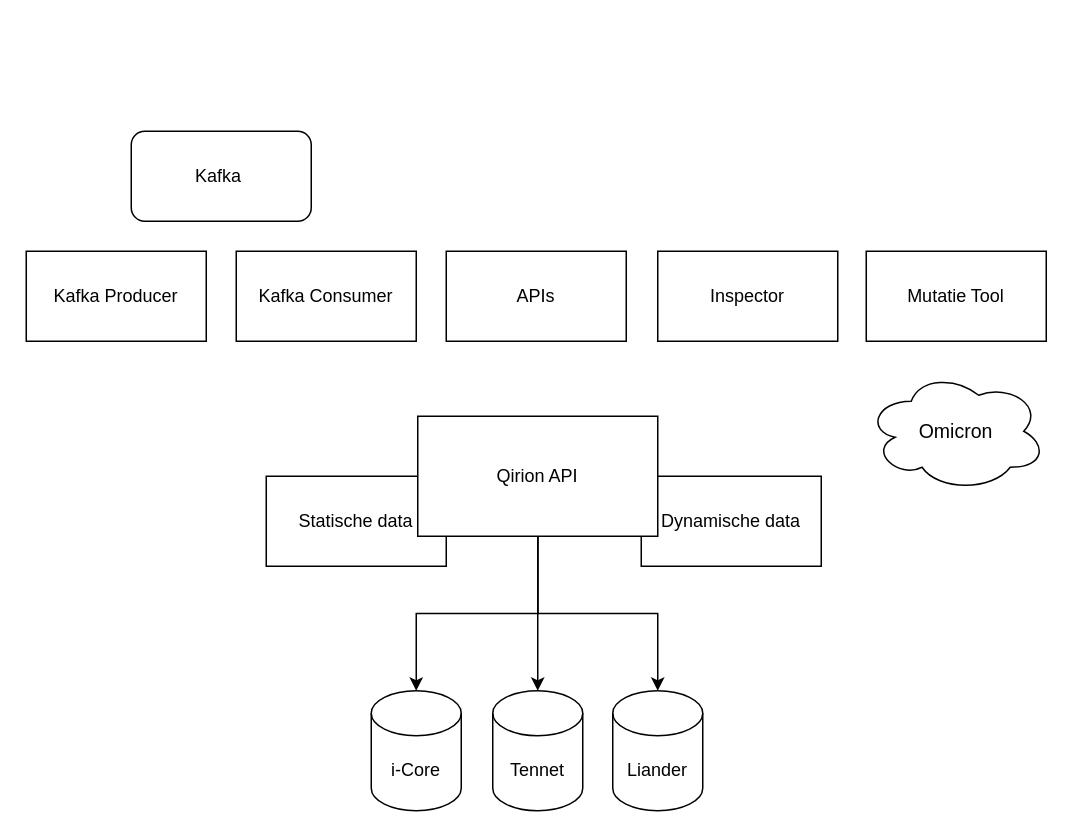
Before: page "Plan API" (3 of 7) of staticWeb/Untitled Diagram.drawio in eleemans/react2022, a draw.io diagram. Source tidied: cells renumbered, new cells numbered last; positions are measured from the earlier drawing's top-left corner, leaving out a move shared by most shapes. Both pictures are drawn from the tidied source at 150%, with x=0, y=0 at pixel (26, 130).
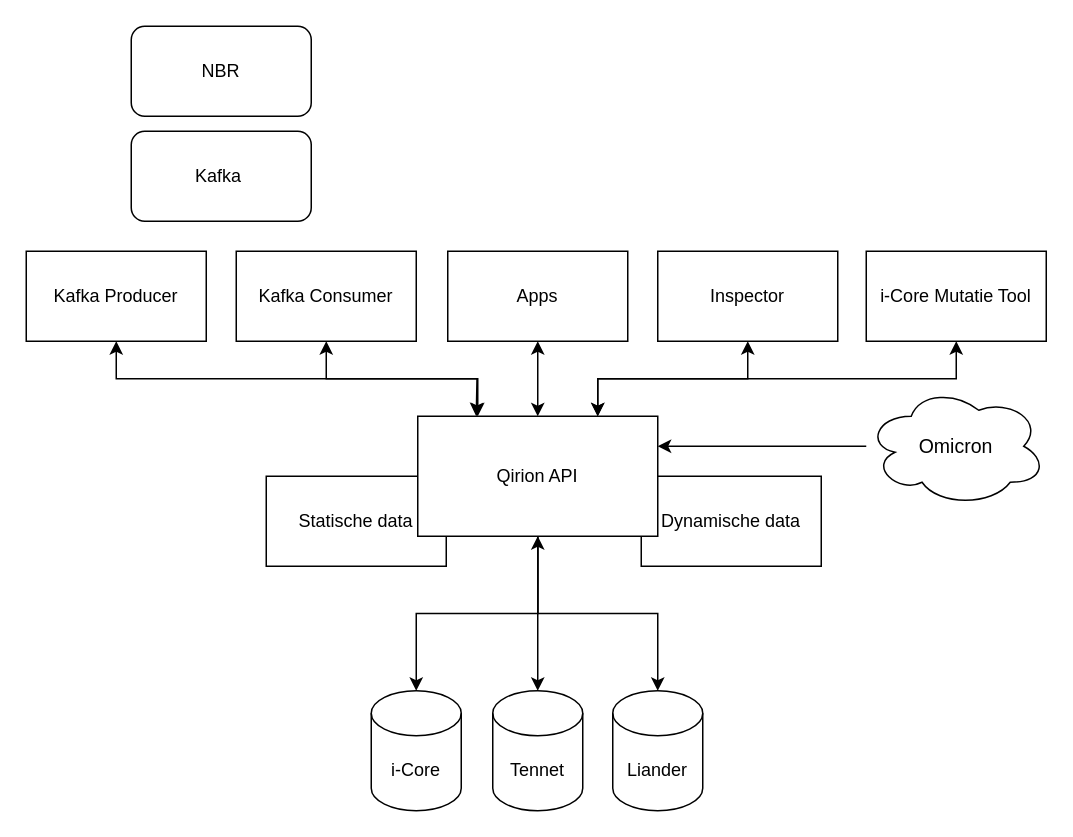
The same diagram, later.

Unchanged cells that the change refers to:
```xml
<mxCell id="6" value="Tennet" style="shape=cylinder3;whiteSpace=wrap;html=1;boundedLbl=1;backgroundOutline=1;size=15;" parent="1" vertex="1">
  <mxGeometry x="311" y="373" width="60" height="80" as="geometry" />
</mxCell>
<mxCell id="8" value="Kafka Consumer" style="rounded=0;whiteSpace=wrap;html=1;" parent="1" vertex="1">
  <mxGeometry x="140" y="80" width="120" height="60" as="geometry" />
</mxCell>
<mxCell id="9" value="Inspector" style="rounded=0;whiteSpace=wrap;html=1;" parent="1" vertex="1">
  <mxGeometry x="421" y="80" width="120" height="60" as="geometry" />
</mxCell>
<mxCell id="12" value="Kafka Producer" style="rounded=0;whiteSpace=wrap;html=1;" parent="1" vertex="1">
  <mxGeometry y="80" width="120" height="60" as="geometry" />
</mxCell>
<mxCell id="17" value="Qirion API" style="rounded=0;whiteSpace=wrap;html=1;" parent="1" vertex="1">
  <mxGeometry x="261" y="190" width="160" height="80" as="geometry" />
</mxCell>
```

Diff of the diagram source:
```diff
@@
-    <mxCell id="3" style="edgeStyle=orthogonalEdgeStyle;rounded=0;jettySize=auto;html=1;" parent="1" edge="1" source="17" target="6">
+    <mxCell id="3" style="edgeStyle=orthogonalEdgeStyle;rounded=0;jettySize=auto;html=1;startArrow=classic;startFill=1;" parent="1" edge="1" source="17" target="6">
       <mxGeometry relative="1" as="geometry" />
     </mxCell>
@@
+    <mxCell id="18" style="edgeStyle=orthogonalEdgeStyle;rounded=0;jettySize=auto;html=1;exitX=0.5;exitY=1;exitDx=0;exitDy=0;startArrow=classic;startFill=1;" parent="1" edge="1" source="8">
+      <mxGeometry relative="1" as="geometry">
+        <mxPoint x="300" y="190" as="targetPoint" />
+      </mxGeometry>
+    </mxCell>
@@
+    <mxCell id="19" style="edgeStyle=orthogonalEdgeStyle;rounded=0;jettySize=auto;html=1;entryX=0.75;entryY=0;entryDx=0;entryDy=0;startArrow=classic;startFill=1;" parent="1" edge="1" source="9" target="17">
+      <mxGeometry relative="1" as="geometry" />
+    </mxCell>
@@
+    <mxCell id="20" style="edgeStyle=orthogonalEdgeStyle;rounded=0;jettySize=auto;html=1;exitX=0.5;exitY=1;exitDx=0;exitDy=0;entryX=0.75;entryY=0;entryDx=0;entryDy=0;startArrow=classic;startFill=1;" parent="1" edge="1" source="10" target="17">
+      <mxGeometry relative="1" as="geometry" />
+    </mxCell>
-    <mxCell id="10" value="Mutatie Tool" style="rounded=0;whiteSpace=wrap;html=1;" parent="1" vertex="1">
+    <mxCell id="10" value="i-Core Mutatie Tool" style="rounded=0;whiteSpace=wrap;html=1;" parent="1" vertex="1">
       <mxGeometry x="560" y="80" width="120" height="60" as="geometry" />
     </mxCell>
+    <mxCell id="21" style="edgeStyle=orthogonalEdgeStyle;rounded=0;jettySize=auto;html=1;startArrow=classic;startFill=1;" parent="1" edge="1" source="11" target="17">
+      <mxGeometry relative="1" as="geometry" />
+    </mxCell>
-    <mxCell id="11" value="APIs" style="rounded=0;whiteSpace=wrap;html=1;" parent="1" vertex="1">
-      <mxGeometry x="280" y="80" width="120" height="60" as="geometry" />
+    <mxCell id="11" value="Apps" style="rounded=0;whiteSpace=wrap;html=1;" parent="1" vertex="1">
+      <mxGeometry x="281" y="80" width="120" height="60" as="geometry" />
     </mxCell>
+    <mxCell id="22" style="edgeStyle=orthogonalEdgeStyle;rounded=0;jettySize=auto;html=1;exitX=0.5;exitY=1;exitDx=0;exitDy=0;entryX=0.25;entryY=0;entryDx=0;entryDy=0;startArrow=classic;startFill=1;" parent="1" edge="1" source="12" target="17">
+      <mxGeometry relative="1" as="geometry" />
+    </mxCell>
@@
+    <mxCell id="23" style="edgeStyle=orthogonalEdgeStyle;rounded=0;jettySize=auto;html=1;entryX=1;entryY=0.25;entryDx=0;entryDy=0;" parent="1" edge="1" source="14" target="17">
+      <mxGeometry relative="1" as="geometry" />
+    </mxCell>
     <mxCell id="14" value="Omicron" style="ellipse;shape=cloud;whiteSpace=wrap;html=1;labelBackgroundColor=#FFFFFF;fontSize=13;fontColor=#000000;" parent="1" vertex="1">
-      <mxGeometry x="560" y="160" width="120" height="80" as="geometry" />
+      <mxGeometry x="560" y="170" width="120" height="80" as="geometry" />
     </mxCell>
@@
+    <mxCell id="24" value="NBR" style="rounded=1;whiteSpace=wrap;html=1;" parent="1" vertex="1">
+      <mxGeometry x="70" y="-70" width="120" height="60" as="geometry" />
+    </mxCell>
```
